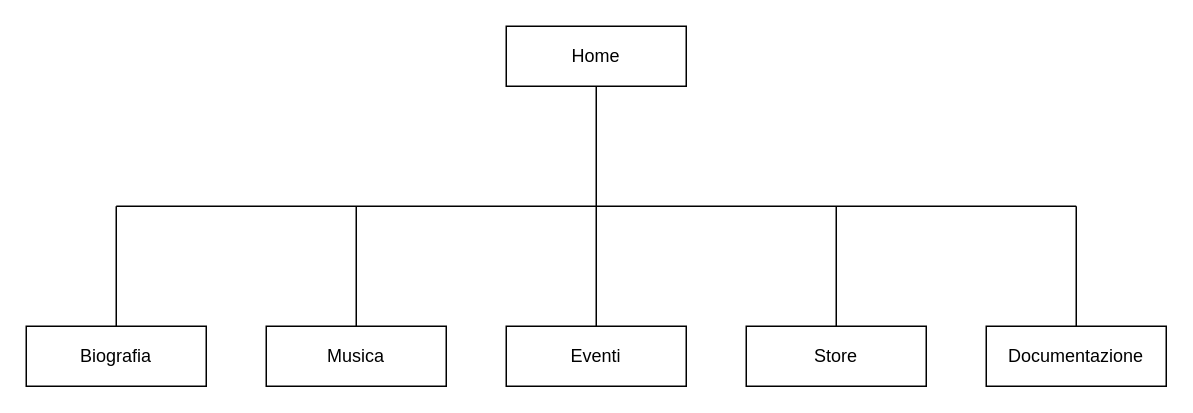
Samoggino/TheWeeknd keeps this draw.io diagram as INFUM.drawio. Above is the earlier version. Source tidied: cells renumbered, new cells numbered last; positions are measured from the earlier drawing's top-left corner, leaving out a move shared by most shapes. Both pictures are drawn from the tidied source at 150%, with x=0, y=0 at pixel (26, 26).
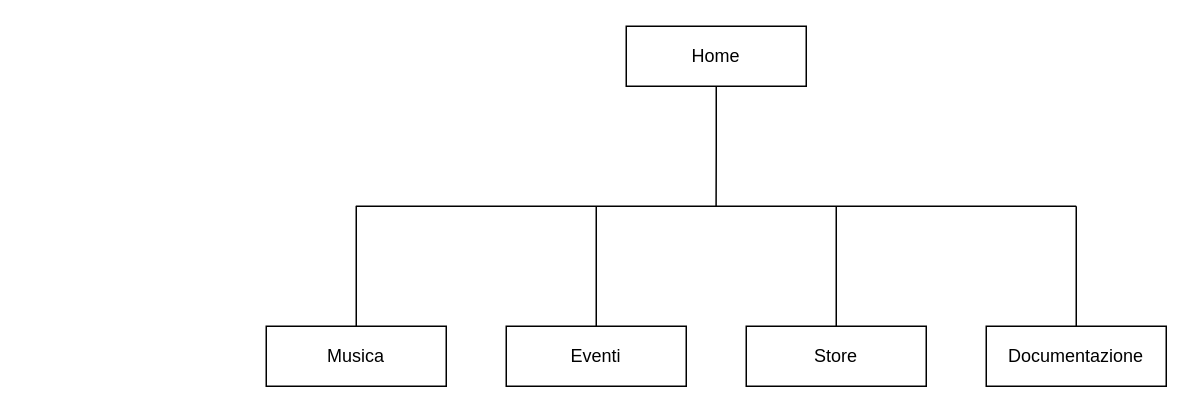
The same diagram, later.

Diff of the diagram source:
```diff
@@
 <mxGraphModel>
   <root>
     <mxCell id="0" />
     <mxCell id="1" parent="0" />
-    <mxCell id="2" value="Biografia" style="rounded=0;whiteSpace=wrap;html=1;" parent="1" vertex="1">
-      <mxGeometry y="200" width="120" height="40" as="geometry" />
-    </mxCell>
     <mxCell id="3" value="Musica" style="rounded=0;whiteSpace=wrap;html=1;" parent="1" vertex="1">
       <mxGeometry x="160" y="200" width="120" height="40" as="geometry" />
     </mxCell>
     <mxCell id="4" value="Eventi" style="rounded=0;whiteSpace=wrap;html=1;" parent="1" vertex="1">
       <mxGeometry x="320" y="200" width="120" height="40" as="geometry" />
     </mxCell>
     <mxCell id="5" style="rounded=0;jettySize=auto;html=1;strokeColor=default;endArrow=none;endFill=0;entryX=0.5;entryY=0;entryDx=0;entryDy=0;" parent="1" edge="1" target="3">
       <mxGeometry relative="1" as="geometry">
         <mxPoint x="220" y="120" as="sourcePoint" />
       </mxGeometry>
     </mxCell>
+    <mxCell id="14" style="edgeStyle=orthogonalEdgeStyle;rounded=0;jettySize=auto;html=1;exitX=0.5;exitY=1;exitDx=0;exitDy=0;endArrow=none;endFill=0;" parent="1" edge="1" source="6">
+      <mxGeometry relative="1" as="geometry">
+        <mxPoint x="459.9" y="120" as="targetPoint" />
+      </mxGeometry>
+    </mxCell>
     <mxCell id="6" value="Home" style="rounded=0;whiteSpace=wrap;html=1;" parent="1" vertex="1">
-      <mxGeometry x="320" width="120" height="40" as="geometry" />
+      <mxGeometry x="400" width="120" height="40" as="geometry" />
     </mxCell>
-    <mxCell id="7" style="rounded=0;jettySize=auto;html=1;exitX=0.5;exitY=0;exitDx=0;exitDy=0;strokeColor=default;endArrow=none;endFill=0;entryX=0.5;entryY=1;entryDx=0;entryDy=0;" parent="1" edge="1" source="4" target="6">
-      <mxGeometry relative="1" as="geometry" />
+    <mxCell id="7" style="rounded=0;jettySize=auto;html=1;exitX=0.5;exitY=0;exitDx=0;exitDy=0;strokeColor=default;endArrow=none;endFill=0;" parent="1" edge="1" source="4">
+      <mxGeometry relative="1" as="geometry">
+        <mxPoint x="380" y="120" as="targetPoint" />
+      </mxGeometry>
     </mxCell>
-    <mxCell id="8" style="rounded=0;orthogonalLoop=1;jettySize=auto;html=1;strokeColor=default;endArrow=none;endFill=0;" parent="1" edge="1">
-      <mxGeometry relative="1" as="geometry">
-        <mxPoint x="700" y="120" as="sourcePoint" />
-        <mxPoint x="70" y="120" as="targetPoint" />
-        <Array as="points">
-          <mxPoint x="70" y="120" />
-          <mxPoint x="60" y="120" />
-        </Array>
-      </mxGeometry>
-    </mxCell>
-    <mxCell id="9" style="rounded=0;jettySize=auto;html=1;exitX=0.5;exitY=0;exitDx=0;exitDy=0;strokeColor=default;endArrow=none;endFill=0;" parent="1" edge="1" source="2">
+    <mxCell id="9" style="rounded=0;orthogonalLoop=1;jettySize=auto;html=1;exitX=0.5;exitY=0;exitDx=0;exitDy=0;strokeColor=default;endArrow=none;endFill=0;" parent="1" edge="1">
       <mxGeometry relative="1" as="geometry">
-        <mxPoint x="60" y="120" as="targetPoint" />
+        <mxPoint x="219.7" y="120" as="sourcePoint" />
+        <mxPoint x="700" y="120" as="targetPoint" />
       </mxGeometry>
     </mxCell>
     <mxCell id="10" style="edgeStyle=orthogonalEdgeStyle;rounded=0;jettySize=auto;html=1;endArrow=none;endFill=0;" parent="1" edge="1" source="11">
       <mxGeometry relative="1" as="geometry">
         <mxPoint x="540" y="120" as="targetPoint" />
       </mxGeometry>
     </mxCell>
     <mxCell id="11" value="Store" style="rounded=0;whiteSpace=wrap;html=1;" parent="1" vertex="1">
       <mxGeometry x="480" y="200" width="120" height="40" as="geometry" />
     </mxCell>
     <mxCell id="12" style="edgeStyle=orthogonalEdgeStyle;rounded=0;jettySize=auto;html=1;endArrow=none;endFill=0;" parent="1" edge="1" source="13">
       <mxGeometry relative="1" as="geometry">
         <mxPoint x="700" y="120" as="targetPoint" />
       </mxGeometry>
     </mxCell>
     <mxCell id="13" value="Documentazione" style="rounded=0;whiteSpace=wrap;html=1;" parent="1" vertex="1">
       <mxGeometry x="640" y="200" width="120" height="40" as="geometry" />
     </mxCell>
   </root>
 </mxGraphModel>
```
